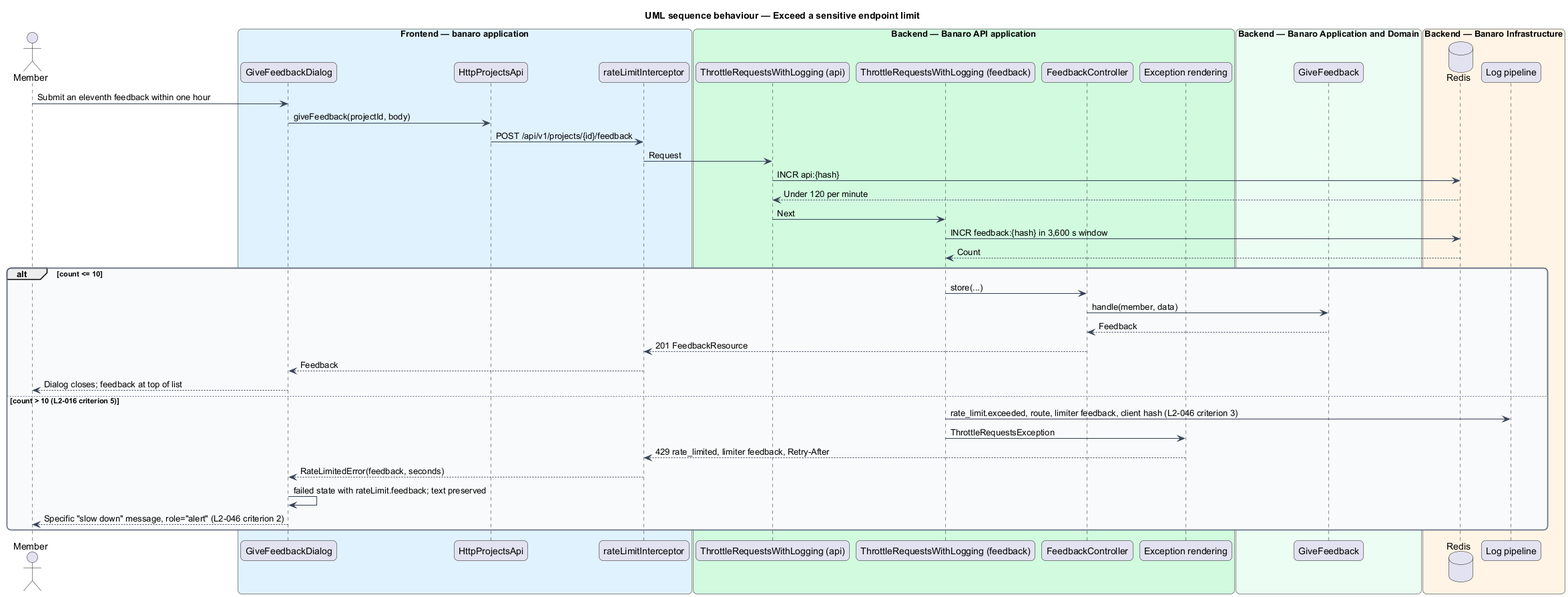
The PlantUML diagram docs/detailed-designs/security/limit-request-rates/diagrams/sequence-exceed-sensitive-limit.png in QuinntyneBrown/banaro, before a commit.
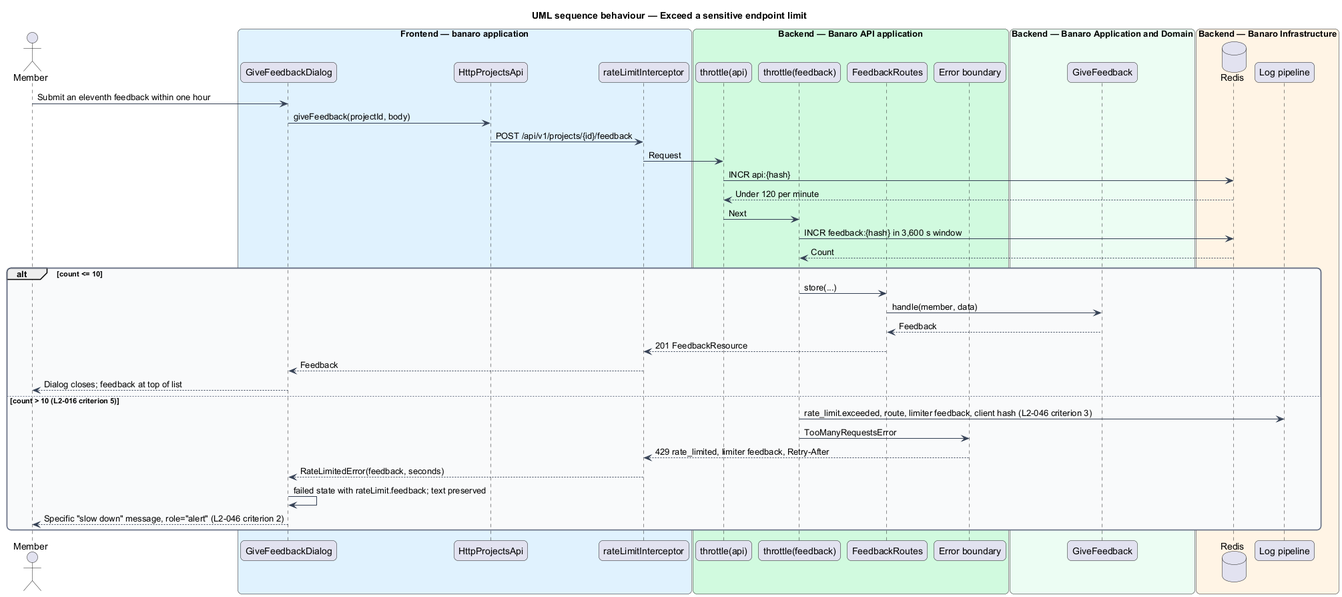
Later version of the same file.

What changed in the source:
```diff
@@ -21,10 +21,10 @@
   participant "rateLimitInterceptor" as interceptor
 end box
 box "Backend — Banaro API application" #D1FADF
-  participant "ThrottleRequestsWithLogging (api)" as general
-  participant "ThrottleRequestsWithLogging (feedback)" as throttle
-  participant "FeedbackController" as controller
-  participant "Exception rendering" as render
+  participant "throttle(api)" as general
+  participant "throttle(feedback)" as throttle
+  participant "FeedbackRoutes" as controller
+  participant "Error boundary" as render
 end box
 box "Backend — Banaro Application and Domain" #ECFDF3
   participant "GiveFeedback" as action
@@ -52,7 +52,7 @@
   dialog --> actor : Dialog closes; feedback at top of list
 else count > 10 (L2-016 criterion 5)
   throttle -> logs : rate_limit.exceeded, route, limiter feedback, client hash (L2-046 criterion 3)
-  throttle -> render : ThrottleRequestsException
+  throttle -> render : TooManyRequestsError
   render --> interceptor : 429 rate_limited, limiter feedback, Retry-After
   interceptor --> dialog : RateLimitedError(feedback, seconds)
   dialog -> dialog : failed state with rateLimit.feedback; text preserved
```
